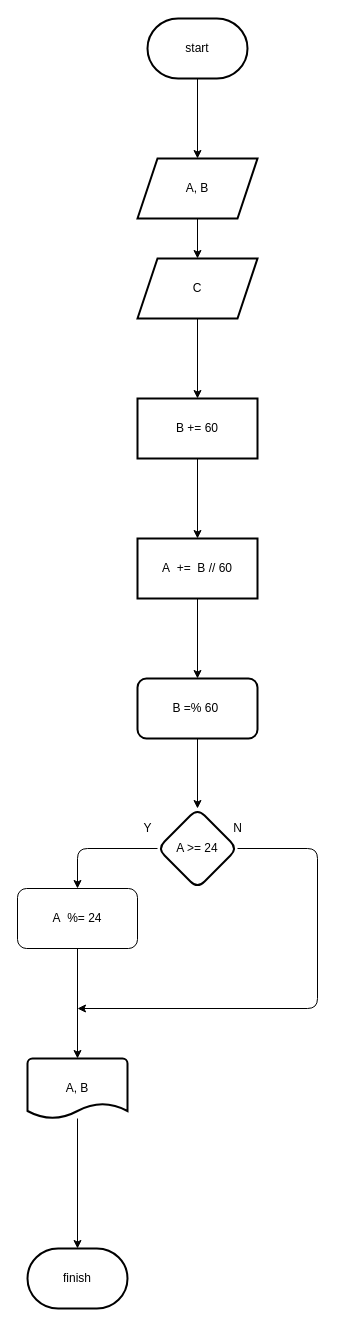
Earlier version of the draw.io diagram stage/02_conditional/2-2525.drawio (Gyeongrok-Oh/boj). Source tidied: cells renumbered, new cells numbered last; positions are measured from the earlier drawing's top-left corner, leaving out a move shared by most shapes. Both pictures are drawn from the tidied source at 100%, with x=0, y=0 at pixel (17, 18).
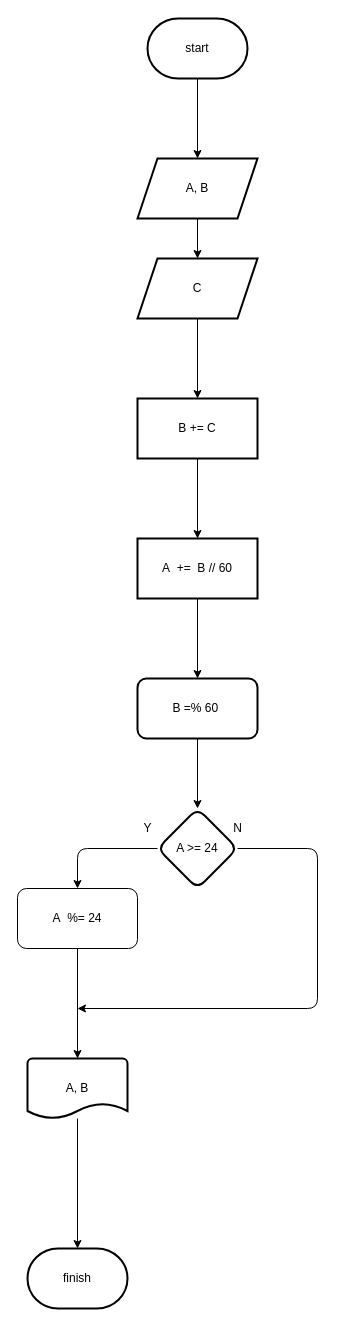
Above is the later version.

What changed in the source:
```diff
@@
-    <mxCell id="9" value="B += 60" style="whiteSpace=wrap;html=1;strokeWidth=2;" parent="1" vertex="1">
+    <mxCell id="9" value="B += C" style="whiteSpace=wrap;html=1;strokeWidth=2;" parent="1" vertex="1">
       <mxGeometry x="120" y="380" width="120" height="60" as="geometry" />
     </mxCell>
```
